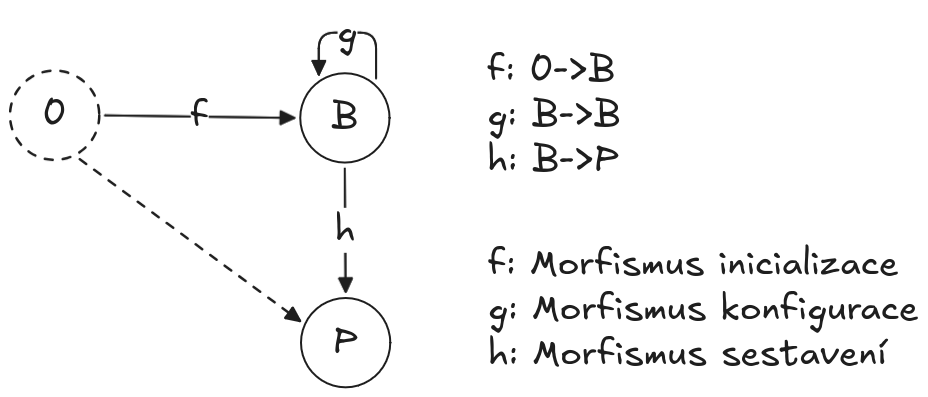
This is obrazky/diplomka/category_builder.excalidraw.png from Bahamut731lp/thesis-master, a Excalidraw export, as it was before one commit. Source tidied: one line per element, renumbered; positions are measured from the earlier drawing's top-left corner, leaving out a move shared by most shapes.
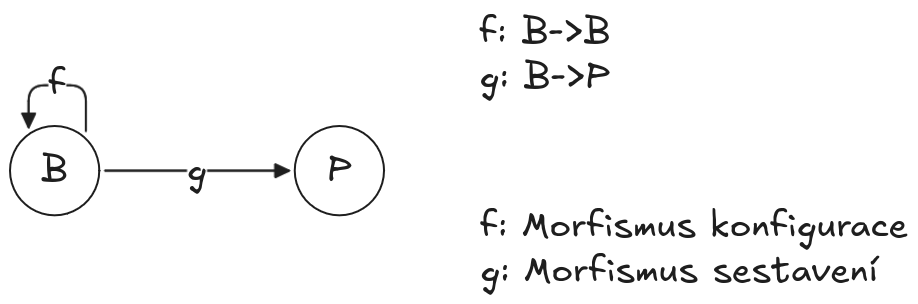
The same file after the commit.

Commit message:
feat: Category Theory

The edit, as a diff of the source:
```diff
@@ -1,15 +1,10 @@
-{"id": 0, "type": "ellipse", "strokeColor": "#1e1e1e", "strokeWidth": 2, "roughness": 0, "round": true, "x": 290, "y": 63, "width": 89, "height": 89}
+{"id": 0, "type": "ellipse", "strokeColor": "#1e1e1e", "strokeWidth": 2, "roughness": 0, "round": true, "x": 8, "y": 155, "width": 89, "height": 89}
-{"id": 1, "type": "text", "text": "B", "strokeColor": "#1e1e1e", "strokeWidth": 2, "roughness": 0, "fontSize": 36, "fontFamily": 5, "textAlign": "center", "verticalAlign": "middle", "inside": 0, "x": 321, "y": 85, "width": 27, "height": 45}
+{"id": 1, "type": "text", "text": "B", "strokeColor": "#1e1e1e", "strokeWidth": 2, "roughness": 0, "fontSize": 36, "fontFamily": 5, "textAlign": "center", "verticalAlign": "middle", "inside": 0, "x": 39, "y": 177, "width": 27, "height": 45}
-{"id": 2, "type": "ellipse", "strokeColor": "#1e1e1e", "strokeWidth": 2, "roughness": 0, "round": true, "x": 291, "y": 288, "width": 89, "height": 89}
+{"id": 2, "type": "ellipse", "strokeColor": "#1e1e1e", "strokeWidth": 2, "roughness": 0, "round": true, "x": 293, "y": 155, "width": 89, "height": 89}
-{"id": 3, "type": "text", "text": "P", "strokeColor": "#1e1e1e", "strokeWidth": 2, "roughness": 0, "fontSize": 36, "fontFamily": 5, "textAlign": "center", "verticalAlign": "middle", "inside": 2, "x": 323, "y": 310, "width": 25, "height": 45}
+{"id": 3, "type": "text", "text": "P", "strokeColor": "#1e1e1e", "strokeWidth": 2, "roughness": 0, "fontSize": 36, "fontFamily": 5, "textAlign": "center", "verticalAlign": "middle", "inside": 2, "x": 325, "y": 177, "width": 25, "height": 45}
-{"id": 4, "type": "arrow", "strokeColor": "#1e1e1e", "strokeWidth": 2, "roughness": 0, "endArrowhead": "triangle", "from": 0, "to": 2, "x": 335, "y": 159, "width": 1, "height": 123, "points": [[0, 0], [1, 123]]}
+{"id": 4, "type": "arrow", "strokeColor": "#1e1e1e", "strokeWidth": 2, "roughness": 0, "endArrowhead": "triangle", "from": 0, "to": 2, "x": 103, "y": 199, "width": 184, "height": 0, "points": [[0, 0], [184, 0]]}
-{"id": 5, "type": "text", "text": "h", "strokeColor": "#1e1e1e", "strokeWidth": 2, "roughness": 0, "fontSize": 36, "fontFamily": 5, "textAlign": "center", "verticalAlign": "middle", "inside": 4, "x": 504, "y": 85, "width": 20, "height": 45}
+{"id": 5, "type": "text", "text": "g", "strokeColor": "#1e1e1e", "strokeWidth": 2, "roughness": 0, "fontSize": 36, "fontFamily": 5, "textAlign": "center", "verticalAlign": "middle", "inside": 4, "x": 185, "y": 177, "width": 20, "height": 45}
-{"id": 6, "type": "arrow", "strokeColor": "#1e1e1e", "strokeWidth": 2, "roughness": 0, "endArrowhead": "triangle", "from": 0, "to": 0, "x": 366, "y": 68, "width": 57, "height": 46, "points": [[0, 0], [0, -46], [-57, -46], [-57, -4]]}
+{"id": 6, "type": "arrow", "strokeColor": "#1e1e1e", "strokeWidth": 2, "roughness": 0, "endArrowhead": "triangle", "from": 0, "to": 0, "x": 84, "y": 160, "width": 57, "height": 46, "points": [[0, 0], [0, -46], [-57, -46], [-57, -4]]}
-{"id": 7, "type": "text", "text": "g", "strokeColor": "#1e1e1e", "strokeWidth": 2, "roughness": 0, "fontSize": 36, "fontFamily": 5, "textAlign": "center", "verticalAlign": "middle", "inside": 6, "x": 328, "y": 0, "width": 20, "height": 45}
+{"id": 7, "type": "text", "text": "f", "strokeColor": "#1e1e1e", "strokeWidth": 2, "roughness": 0, "fontSize": 36, "fontFamily": 5, "textAlign": "center", "verticalAlign": "middle", "inside": 6, "x": 47, "y": 91, "width": 18, "height": 45}
-{"id": 8, "type": "text", "text": "f", "strokeColor": "#1e1e1e", "strokeWidth": 2, "roughness": 0, "fontSize": 36, "fontFamily": 5, "textAlign": "center", "verticalAlign": "middle", "inside": 10, "x": 214, "y": 120, "width": 18, "height": 45}
-{"id": 9, "type": "ellipse", "strokeColor": "#1e1e1e", "strokeWidth": 2, "strokeStyle": "dashed", "roughness": 0, "round": true, "x": 0, "y": 61, "width": 89, "height": 89}
-{"id": 10, "type": "arrow", "strokeColor": "#1e1e1e", "strokeWidth": 2, "roughness": 0, "endArrowhead": "triangle", "from": 9, "to": 0, "x": 95, "y": 105, "width": 189, "height": 3, "points": [[0, 0], [189, 3]]}
-{"id": 11, "type": "text", "text": "0", "strokeColor": "#1e1e1e", "strokeWidth": 2, "roughness": 0, "fontSize": 36, "fontFamily": 5, "textAlign": "center", "verticalAlign": "middle", "inside": 9, "x": 33, "y": 83, "width": 24, "height": 45}
-{"id": 12, "type": "text", "text": "f: Morfismus inicializace\ng: Morfismus konfigurace\nh: Morfismus sestavení", "strokeColor": "#1e1e1e", "strokeWidth": 2, "strokeStyle": "dashed", "roughness": 0, "fontSize": 36, "fontFamily": 5, "x": 478, "y": 233, "width": 430, "height": 135}
+{"id": 12, "type": "text", "text": "f: Morfismus konfigurace\ng: Morfismus sestavení", "strokeColor": "#1e1e1e", "strokeWidth": 2, "strokeStyle": "dashed", "roughness": 0, "fontSize": 36, "fontFamily": 5, "x": 478, "y": 233, "width": 428, "height": 90}
-{"id": 13, "type": "arrow", "strokeColor": "#1e1e1e", "strokeWidth": 2, "strokeStyle": "dashed", "roughness": 0, "endArrowhead": "triangle", "from": 9, "to": 2, "x": 70, "y": 149, "width": 220, "height": 162, "points": [[0, 0], [220, 162]]}
-{"id": 14, "type": "text", "text": "f: 0->B\ng: B->B\nh: B->P", "strokeColor": "#1e1e1e", "strokeWidth": 2, "strokeStyle": "dashed", "roughness": 0, "fontSize": 36, "fontFamily": 5, "x": 478, "y": 39, "width": 133, "height": 135}
+{"id": 14, "type": "text", "text": "f: B->B\ng: B->P", "strokeColor": "#1e1e1e", "strokeWidth": 2, "strokeStyle": "dashed", "roughness": 0, "fontSize": 36, "fontFamily": 5, "x": 478, "y": 39, "width": 131, "height": 90}
```
